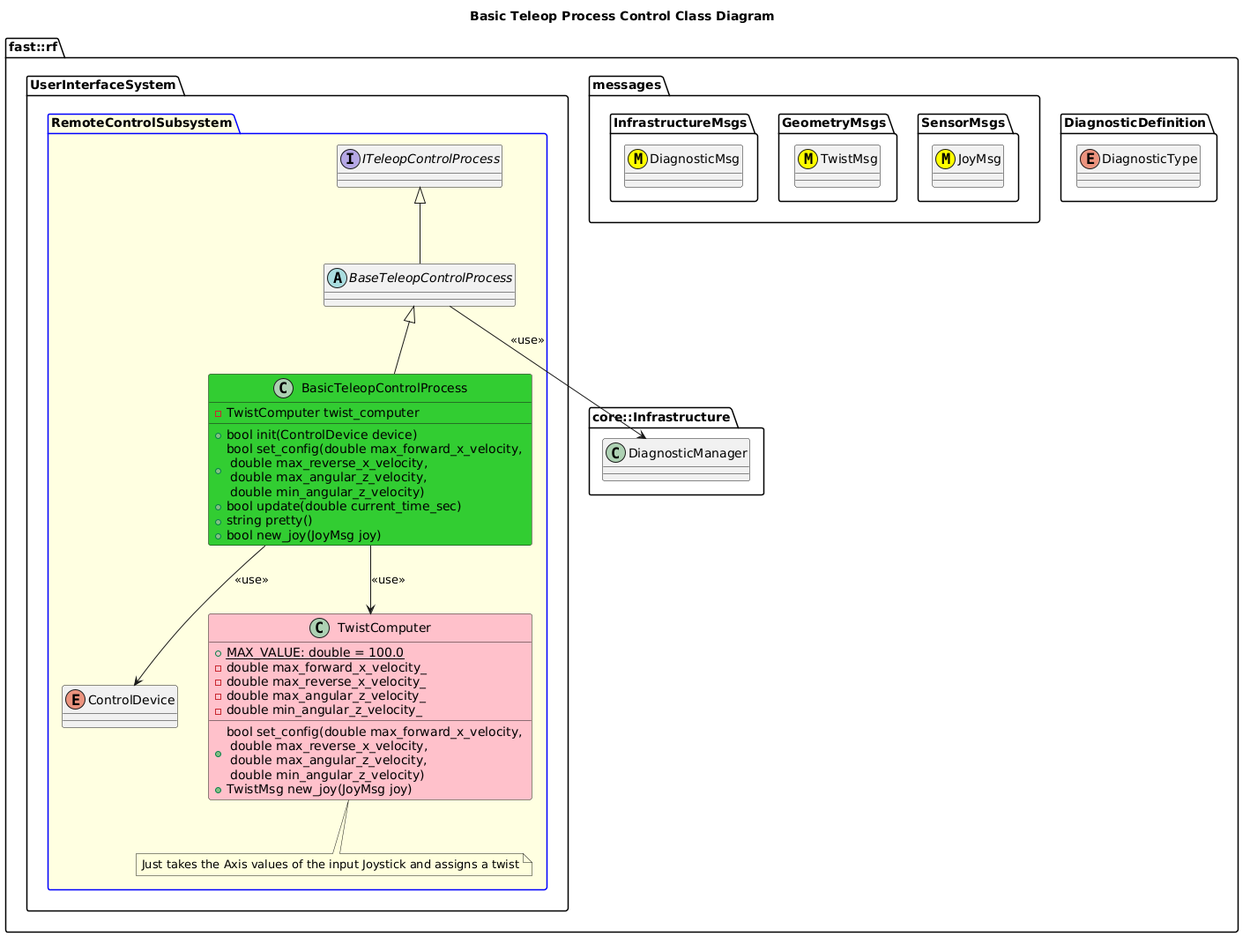
Above: Systems/UserInterface/Subsystems/RemoteControl/Processes/TeleopControl/doc/ProcessImplementations/puml/BasicTeleopControlProcessClassDiagram.png in fastrobotics/robot_framework (PlantUML), before the change.
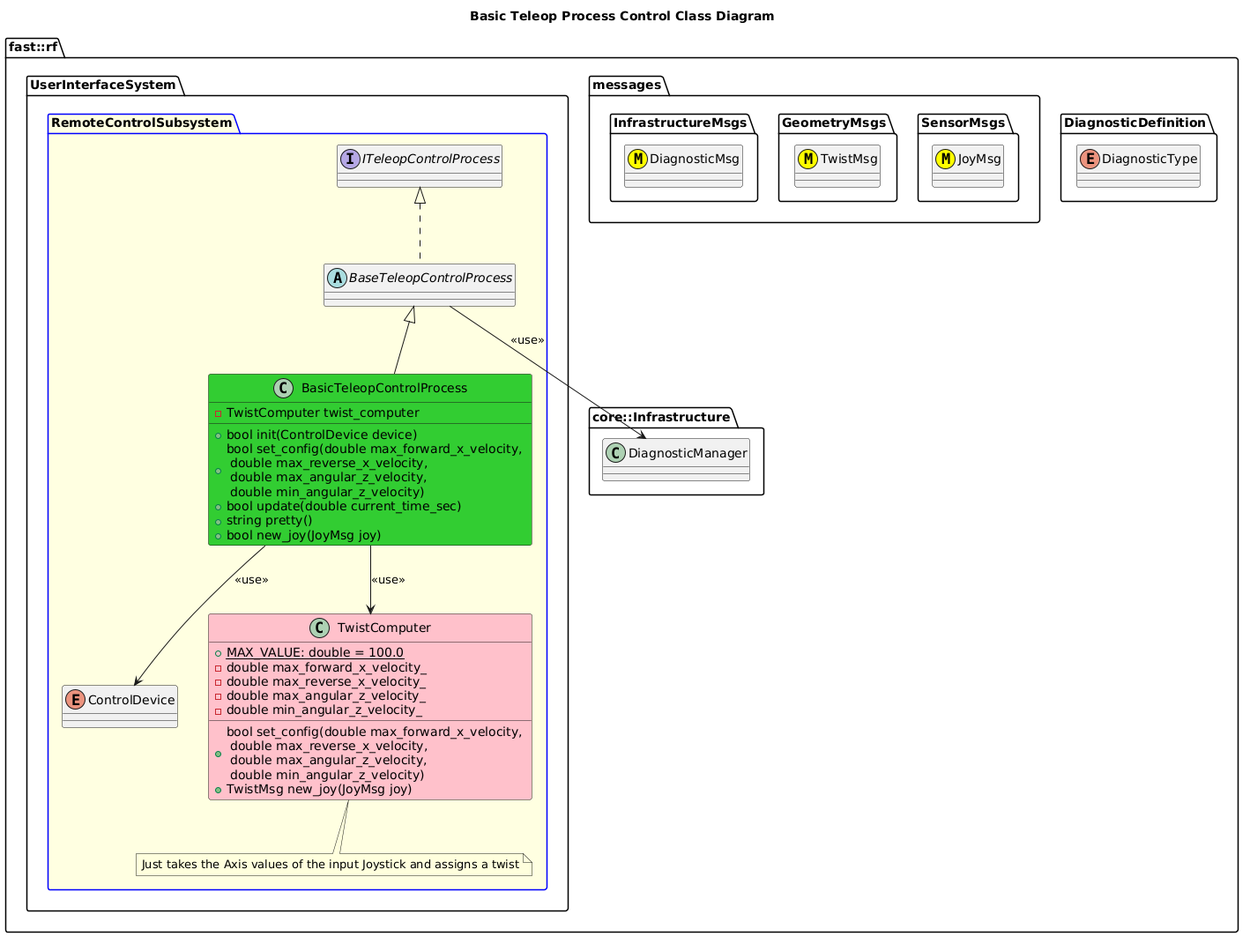
Later version of the same file.

Change to the diagram source:
```diff
@@ -24,7 +24,7 @@
         interface ITeleopControlProcess
         abstract BaseTeleopControlProcess
         enum ControlDevice
-        BaseTeleopControlProcess -up-|> ITeleopControlProcess
+        BaseTeleopControlProcess .up.|> ITeleopControlProcess
         BaseTeleopControlProcess --> DiagnosticManager: <<use>>
         class TwistComputer #Pink {
           +{static} MAX_VALUE: double = 100.0
```
